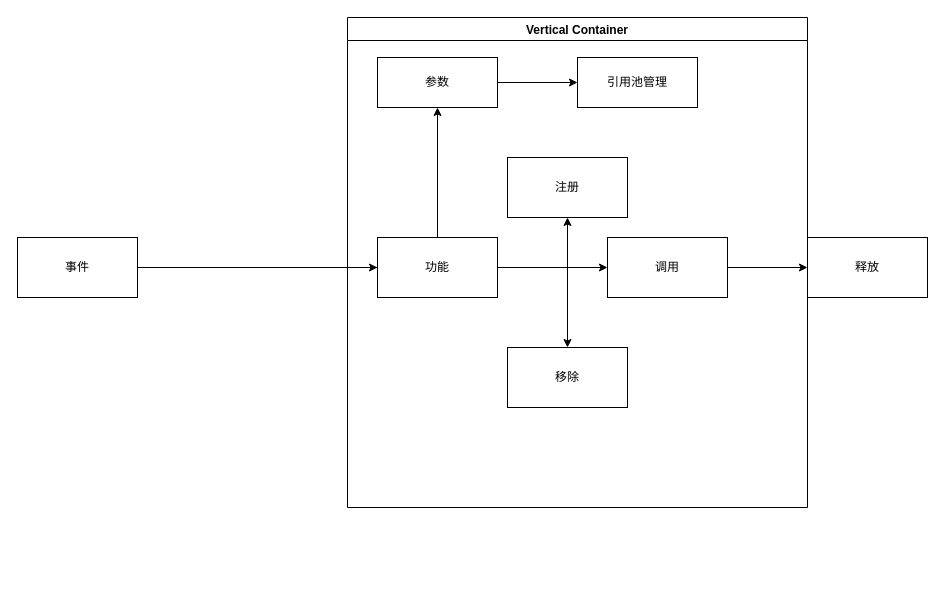
Above: 事件.drawio in xzp3094997376/DrawIO (draw.io), before the change. Source tidied: cells renumbered, new cells numbered last; positions are measured from the earlier drawing's top-left corner, leaving out a move shared by most shapes. Both pictures are drawn from the tidied source at 100%, with x=0, y=0 at pixel (17, 17).
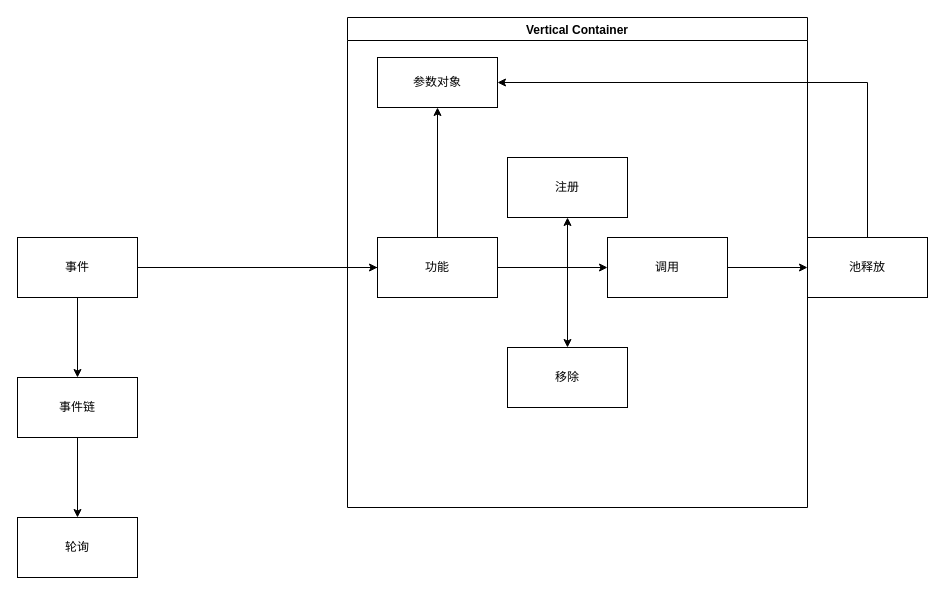
After the change.

The change refers to these unchanged cells:
```xml
<mxCell id="4" value="事件" style="rounded=0;whiteSpace=wrap;html=1;" parent="1" vertex="1">
  <mxGeometry y="220" width="120" height="60" as="geometry" />
</mxCell>
<mxCell id="5" style="group;" parent="1" vertex="1">
  <mxGeometry x="330" width="580" height="490" as="geometry" />
</mxCell>
<mxCell id="6" style="group;" parent="5" vertex="1">
  <mxGeometry width="460" height="490" as="geometry" />
</mxCell>
```

The edit, as a diff of the source:
```diff
@@
+    <mxCell id="20" style="edgeStyle=orthogonalEdgeStyle;rounded=0;jettySize=auto;html=1;" parent="1" edge="1" source="4" target="23">
+      <mxGeometry relative="1" as="geometry" />
+    </mxCell>
@@
-    <mxCell id="7" value="参数" style="whiteSpace=wrap;html=1;rounded=0;" parent="6" vertex="1">
+    <mxCell id="7" value="参数对象" style="whiteSpace=wrap;html=1;rounded=0;" parent="6" vertex="1">
       <mxGeometry x="30" y="40" width="120" height="50" as="geometry" />
     </mxCell>
@@
-    <mxCell id="16" value="释放" style="whiteSpace=wrap;html=1;rounded=0;" parent="5" vertex="1">
+    <mxCell id="16" value="池释放" style="whiteSpace=wrap;html=1;rounded=0;" parent="5" vertex="1">
       <mxGeometry x="460" y="220" width="120" height="60" as="geometry" />
     </mxCell>
@@
-    <mxCell id="18" value="引用池管理" style="whiteSpace=wrap;html=1;rounded=0;" parent="1" vertex="1">
-      <mxGeometry x="560" y="40" width="120" height="50" as="geometry" />
-    </mxCell>
-    <mxCell id="19" style="edgeStyle=orthogonalEdgeStyle;rounded=0;jettySize=auto;html=1;" parent="1" edge="1" source="7" target="18">
-      <mxGeometry relative="1" as="geometry" />
-    </mxCell>
+    <mxCell id="21" style="edgeStyle=elbowEdgeStyle;elbow=horizontal;endArrow=classic;html=1;rounded=0;entryX=1;entryY=0.5;entryDx=0;entryDy=0;" parent="5" edge="1" target="7">
+      <mxGeometry relative="1" as="geometry">
+        <mxPoint x="520" y="220" as="sourcePoint" />
+        <Array as="points">
+          <mxPoint x="520" y="180" />
+          <mxPoint x="420" y="110" />
+        </Array>
+      </mxGeometry>
+    </mxCell>
+    <mxCell id="22" style="edgeStyle=orthogonalEdgeStyle;rounded=0;jettySize=auto;html=1;" parent="1" edge="1" source="23" target="24">
+      <mxGeometry relative="1" as="geometry" />
+    </mxCell>
+    <mxCell id="23" value="事件链" style="whiteSpace=wrap;html=1;rounded=0;" parent="1" vertex="1">
+      <mxGeometry y="360" width="120" height="60" as="geometry" />
+    </mxCell>
+    <mxCell id="24" value="轮询" style="rounded=0;whiteSpace=wrap;html=1;" parent="1" vertex="1">
+      <mxGeometry y="500" width="120" height="60" as="geometry" />
+    </mxCell>
```
